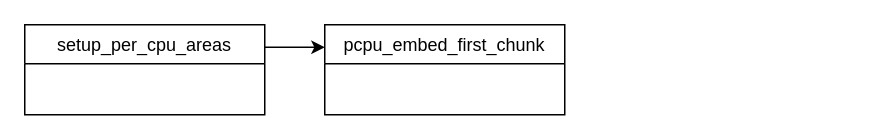
Above: per_cpu_var.drawio in beijingqiuchang/drawio (draw.io), before the change. Source tidied: cells renumbered, new cells numbered last; positions are measured from the earlier drawing's top-left corner, leaving out a move shared by most shapes. Both pictures are drawn from the tidied source at 150%, with x=0, y=0 at pixel (24, 24).
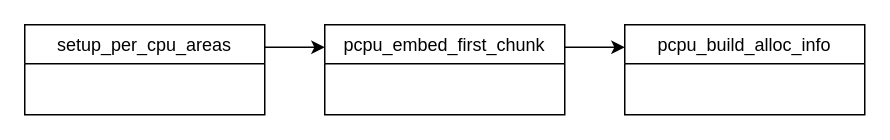
The same diagram, later.

What changed in the source:
```diff
@@
 <mxGraphModel>
   <root>
     <mxCell id="0" />
     <mxCell id="1" parent="0" />
     <mxCell id="2" style="edgeStyle=orthogonalEdgeStyle;rounded=0;jettySize=auto;html=1;exitX=1;exitY=0.25;exitDx=0;exitDy=0;entryX=0;entryY=0.25;entryDx=0;entryDy=0;" parent="1" edge="1" source="3" target="4">
       <mxGeometry relative="1" as="geometry" />
     </mxCell>
     <mxCell id="3" value="setup_per_cpu_areas" style="swimlane;fontStyle=0;align=center;verticalAlign=top;horizontal=1;startSize=26;rounded=0;shadow=0;strokeWidth=1;" parent="1" vertex="1">
       <mxGeometry width="160" height="60" as="geometry" />
     </mxCell>
+    <mxCell id="5" style="edgeStyle=orthogonalEdgeStyle;rounded=0;jettySize=auto;html=1;exitX=1;exitY=0.25;exitDx=0;exitDy=0;entryX=0;entryY=0.25;entryDx=0;entryDy=0;" parent="1" edge="1" source="4" target="6">
+      <mxGeometry relative="1" as="geometry" />
+    </mxCell>
     <mxCell id="4" value="pcpu_embed_first_chunk" style="swimlane;fontStyle=0;align=center;verticalAlign=top;horizontal=1;startSize=26;rounded=0;shadow=0;strokeWidth=1;" parent="1" vertex="1">
       <mxGeometry x="200" width="160" height="60" as="geometry" />
     </mxCell>
+    <mxCell id="6" value="pcpu_build_alloc_info" style="swimlane;fontStyle=0;align=center;verticalAlign=top;horizontal=1;startSize=26;rounded=0;shadow=0;strokeWidth=1;" parent="1" vertex="1">
+      <mxGeometry x="400" width="160" height="60" as="geometry" />
+    </mxCell>
   </root>
 </mxGraphModel>
```
